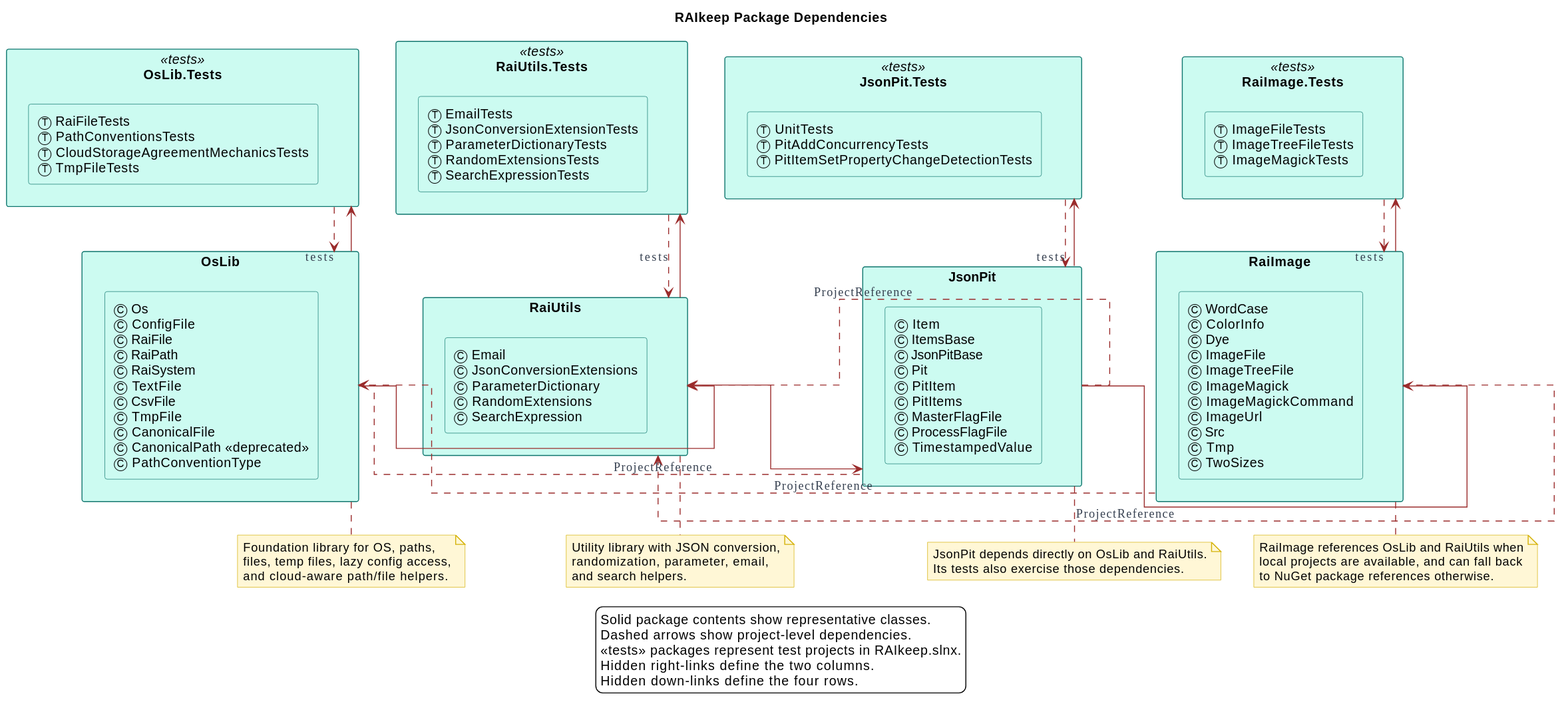
Burkhardt/RAIkeep keeps this PlantUML diagram as RAIkeep-Package-Dependencies.svg. Above is the earlier version.
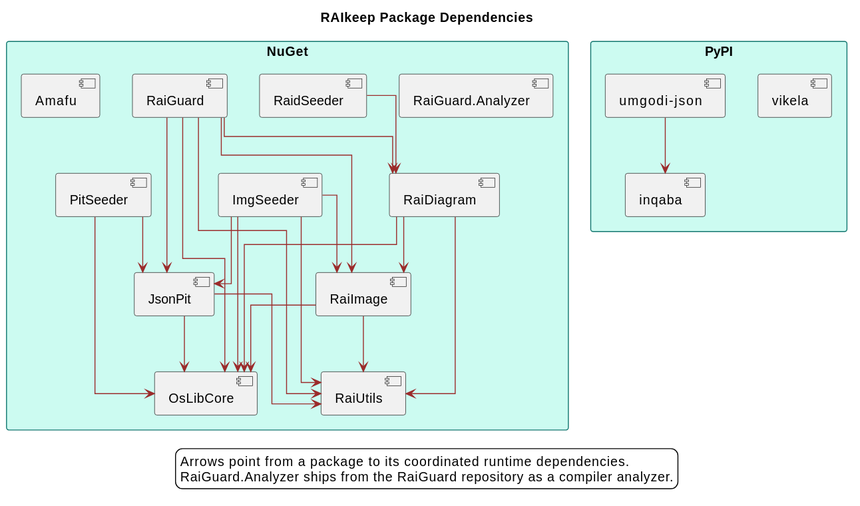
The same file after the commit.

Commit message:
Show the coordinated NuGet and PyPI packages in the dependency map

Diff of the diagram source:
```diff
@@ -37,85 +37,49 @@
 skinparam ArrowFontColor #374151
 skinparam ArrowFontName "Casual"
 
-package "OsLib" as P_OsLib {
-	rectangle "Ⓒ Os\nⒸ ConfigFile\nⒸ RaiFile\nⒸ RaiPath\nⒸ RaiSystem\nⒸ TextFile\nⒸ CsvFile\nⒸ TmpFile\nⒸ CanonicalFile\nⒸ CanonicalPath <<deprecated>>\nⒸ PathConventionType" as M_OsLib
+package "NuGet" {
+	[OsLibCore]
+	[RaiUtils]
+	[JsonPit]
+	[RaiImage]
+	[RaiDiagram]
+	[Amafu]
+	[PitSeeder]
+	[ImgSeeder]
+	[RaidSeeder]
+	[RaiGuard]
+	[RaiGuard.Analyzer]
 }
 
-package "OsLib.Tests" <<tests>> as T_OsLib {
-	rectangle "Ⓣ RaiFileTests\nⓉ PathConventionsTests\nⓉ CloudStorageAgreementMechanicsTests\nⓉ TmpFileTests" as M_T_OsLib
+package "PyPI" {
+	[inqaba]
+	[umgodi-json]
+	[vikela]
 }
 
-package "RaiUtils" as P_RaiUtils {
-	rectangle "Ⓒ Email\nⒸ JsonConversionExtensions\nⒸ ParameterDictionary\nⒸ RandomExtensions\nⒸ SearchExpression" as M_RaiUtils
-}
-
-package "RaiUtils.Tests" <<tests>> as T_RaiUtils {
-	rectangle "Ⓣ EmailTests\nⓉ JsonConversionExtensionTests\nⓉ ParameterDictionaryTests\nⓉ RandomExtensionsTests\nⓉ SearchExpressionTests" as M_T_RaiUtils
-}
-
-package "JsonPit" as P_JsonPit {
-	rectangle "Ⓒ Item\nⒸ ItemsBase\nⒸ JsonPitBase\nⒸ Pit\nⒸ PitItem\nⒸ PitItems\nⒸ MasterFlagFile\nⒸ ProcessFlagFile\nⒸ TimestampedValue" as M_JsonPit
-}
-
-package "JsonPit.Tests" <<tests>> as T_JsonPit {
-	rectangle "Ⓣ UnitTests\nⓉ PitAddConcurrencyTests\nⓉ PitItemSetPropertyChangeDetectionTests" as M_T_JsonPit
-}
-
-package "RaiImage" as P_RaiImage {
-	rectangle "Ⓒ WordCase\nⒸ ColorInfo\nⒸ Dye\nⒸ ImageFile\nⒸ ImageTreeFile\nⒸ ImageMagick\nⒸ ImageMagickCommand\nⒸ ImageUrl\nⒸ Src\nⒸ Tmp\nⒸ TwoSizes" as M_RaiImage
-}
-
-package "RaiImage.Tests" <<tests>> as T_RaiImage {
-	rectangle "Ⓣ ImageFileTests\nⓉ ImageTreeFileTests\nⓉ ImageMagickTests" as M_T_RaiImage
-}
-
-P_OsLib -[norank]right-> T_OsLib
-P_RaiUtils -[norank]right-> T_RaiUtils
-P_JsonPit -[norank]right-> T_JsonPit
-P_RaiImage -[norank]right-> T_RaiImage
-
-P_OsLib -[norank]down-> P_RaiUtils
-P_RaiUtils -[norank]down-> P_JsonPit
-P_JsonPit -[norank]down-> P_RaiImage
-
-P_JsonPit ..[norank]> P_OsLib : ProjectReference
-P_JsonPit ..[norank]> P_RaiUtils : ProjectReference
-P_RaiImage ..[norank]> P_OsLib : ProjectReference
-P_RaiImage ..[norank]> P_RaiUtils : ProjectReference
-
-T_OsLib ..> P_OsLib : tests
-T_RaiUtils ..> P_RaiUtils : tests
-T_JsonPit ..> P_JsonPit : tests
-T_RaiImage ..> P_RaiImage : tests
-
-note bottom of P_OsLib
-	Foundation library for OS, paths,
-	files, temp files, lazy config access,
-	and cloud-aware path/file helpers.
-end note
-
-note bottom of P_RaiUtils
-	Utility library with JSON conversion,
-	randomization, parameter, email,
-	and search helpers.
-end note
-
-note bottom of P_JsonPit
-	JsonPit depends directly on OsLib and RaiUtils.
-	Its tests also exercise those dependencies.
-end note
-
-note bottom of P_RaiImage
-	RaiImage references OsLib and RaiUtils when
-	local projects are available, and can fall back
-	to NuGet package references otherwise.
-end note
+[JsonPit] --> [OsLibCore]
+[JsonPit] --> [RaiUtils]
+[RaiImage] --> [OsLibCore]
+[RaiImage] --> [RaiUtils]
+[RaiDiagram] --> [OsLibCore]
+[RaiDiagram] --> [RaiUtils]
+[RaiDiagram] --> [RaiImage]
+[PitSeeder] --> [JsonPit]
+[PitSeeder] --> [OsLibCore]
+[ImgSeeder] --> [JsonPit]
+[ImgSeeder] --> [OsLibCore]
+[ImgSeeder] --> [RaiImage]
+[ImgSeeder] --> [RaiUtils]
+[RaidSeeder] --> [RaiDiagram]
+[RaiGuard] --> [JsonPit]
+[RaiGuard] --> [OsLibCore]
+[RaiGuard] --> [RaiDiagram]
+[RaiGuard] --> [RaiImage]
+[RaiGuard] --> [RaiUtils]
+[umgodi-json] --> [inqaba]
 
 legend bottom
-	Solid package contents show representative classes.
-	Dashed arrows show project-level dependencies.
-	<<tests>> packages represent test projects in RAIkeep.slnx.
-	Hidden right-links define the two columns.
-	Hidden down-links define the four rows.
+	Arrows point from a package to its coordinated runtime dependencies.
+	RaiGuard.Analyzer ships from the RaiGuard repository as a compiler analyzer.
 endlegend
 @enduml
```
